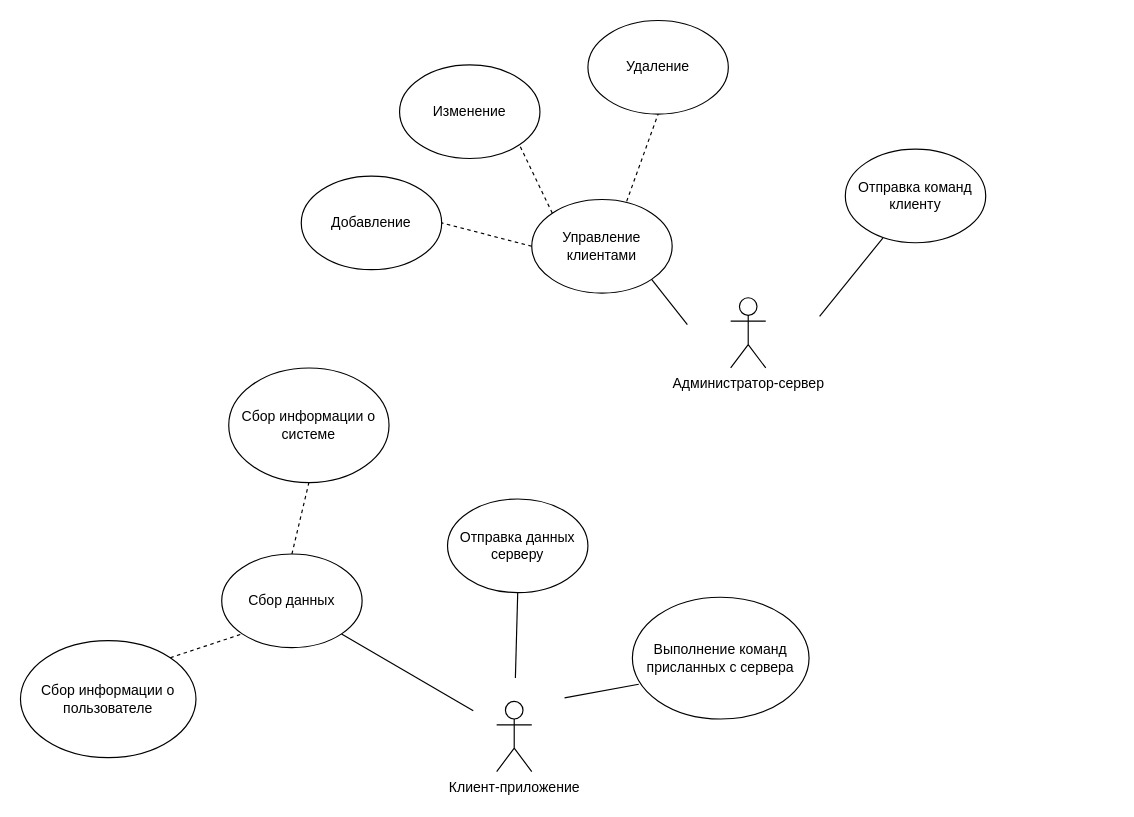
Above: прецеденты.drawio in mans5647/curs_02_01 (draw.io), before the change. Source tidied: cells renumbered, new cells numbered last; positions are measured from the earlier drawing's top-left corner, leaving out a move shared by most shapes. Both pictures are drawn from the tidied source at 117%, with x=0, y=0 at pixel (20, 20).
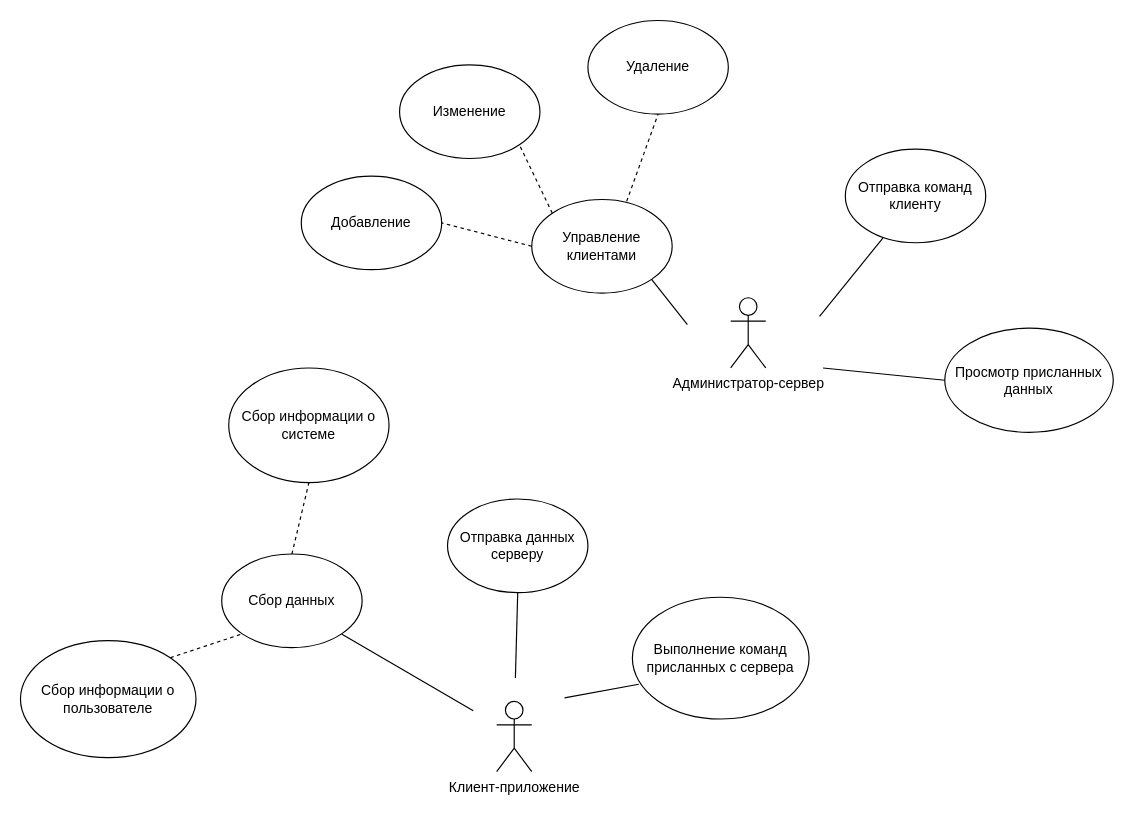
The same diagram, later.

Change to the diagram source:
```diff
@@
+    <mxCell id="24" value="Просмотр присланных данных" style="ellipse;whiteSpace=wrap;html=1;" parent="1" vertex="1">
+      <mxGeometry x="790" y="263" width="144" height="89" as="geometry" />
+    </mxCell>
+    <mxCell id="25" style="endArrow=none;html=1;rounded=0;entryX=0;entryY=0.5;entryDx=0;entryDy=0;" parent="1" edge="1" target="24">
+      <mxGeometry relative="1" as="geometry">
+        <mxPoint x="686" y="297" as="sourcePoint" />
+      </mxGeometry>
+    </mxCell>
```
